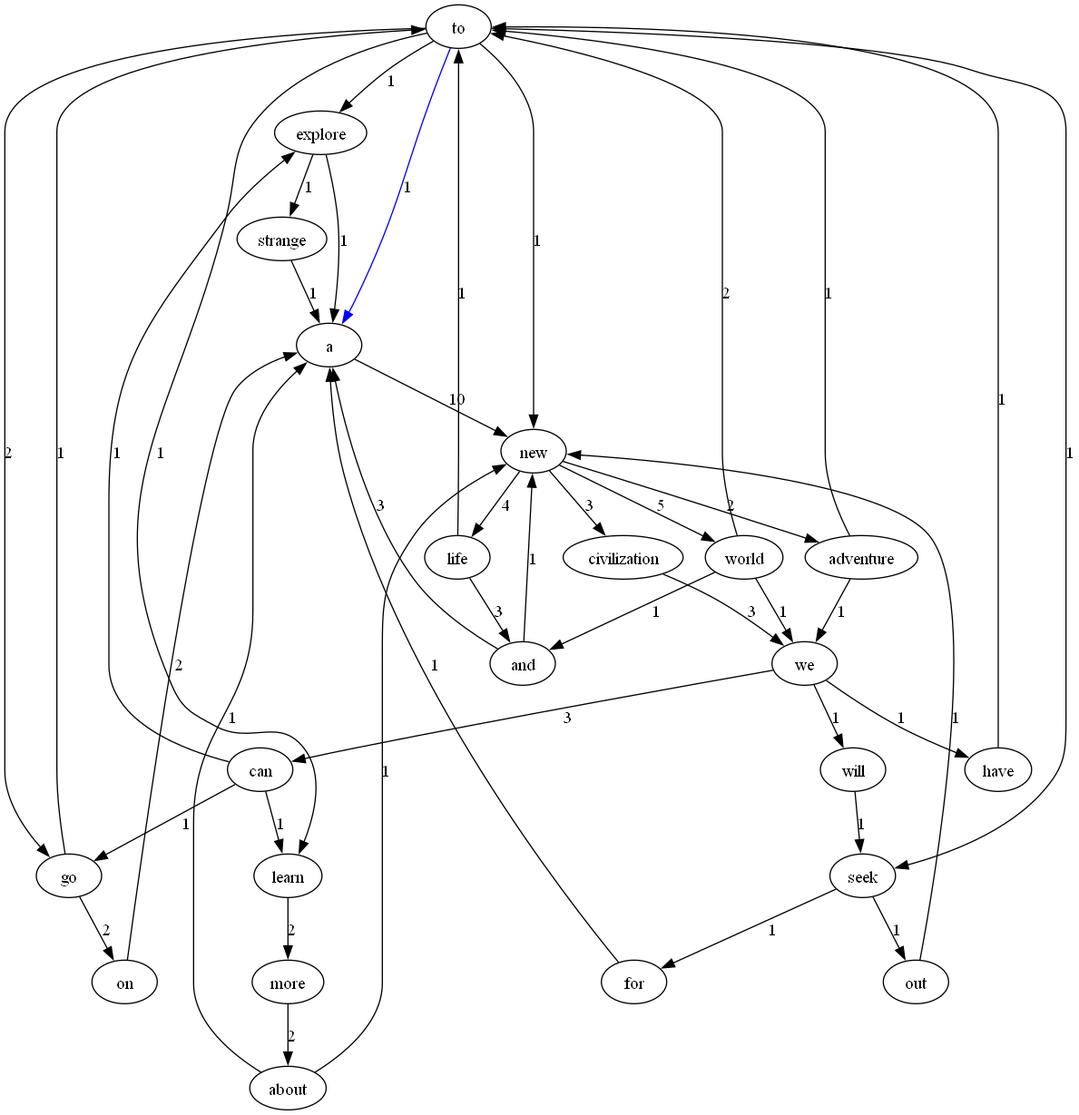
Above: bin/file/normal/Graph.png in uprightderran/myGUI4lab1 (Graphviz), before the change. Its source is kept beside it as bin/file/normal/Graph.dot.
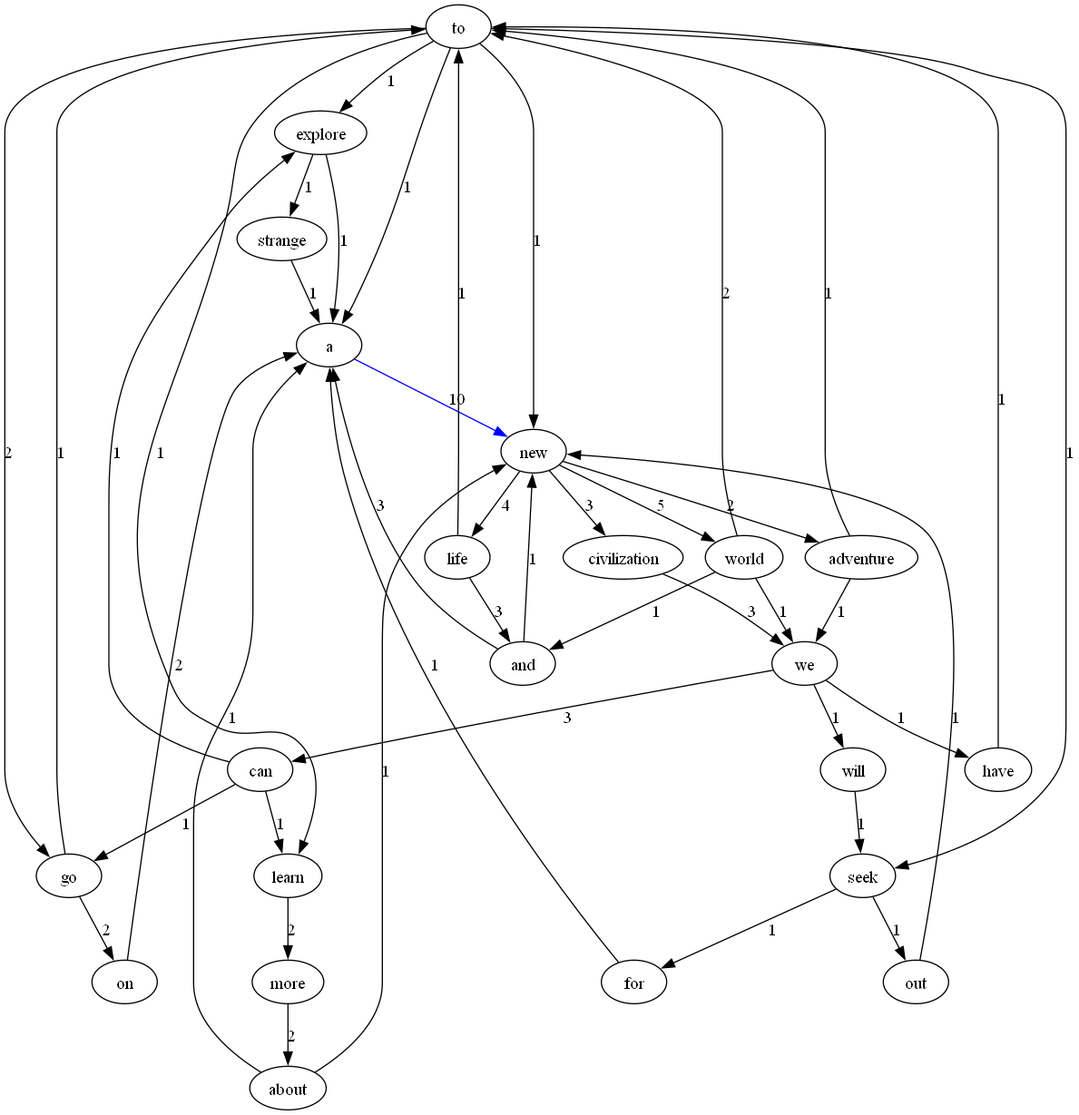
After the commit.

Diff of the diagram source:
```diff
@@ -24,7 +24,7 @@
 to -> explore [label = 1];
 explore -> strange [label = 1];
 strange -> a [label = 1];
-a -> new [label = 10];
+a -> new [label = 10, color = blue];
 new -> world [label = 5];
 world -> and [label = 1];
 and -> a [label = 3];
@@ -61,7 +61,7 @@
 explore -> a [label = 1];
 to -> seek [label = 1];
 to -> go [label = 2];
-to -> a [label = 1, color = blue];
+to -> a [label = 1];
 to -> learn [label = 1];
 to -> new [label = 1];
 }
```
